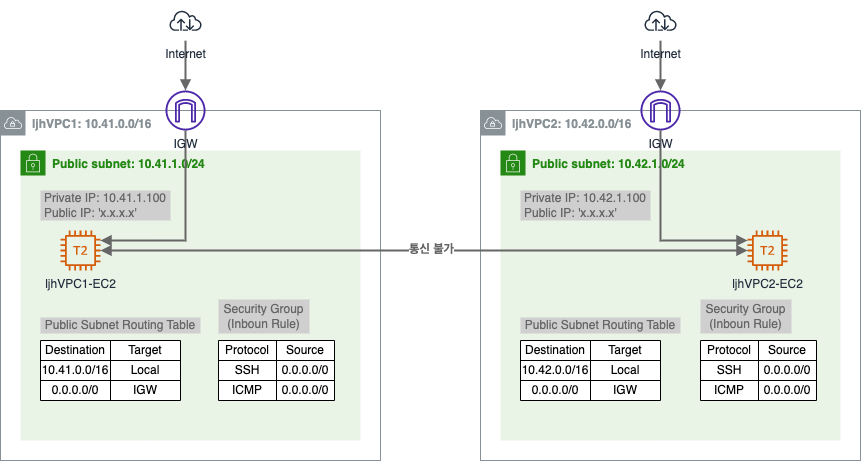
This is assets/img/dev/2022/1204/peering_flow_1.png from assu10/assu10.github.io, a draw.io export, as it was before one commit. Source tidied: cells renumbered, new cells last; positions are measured from the earlier drawing's top-left corner, leaving out a move shared by most shapes. Source of this version:
```xml
<mxGraphModel>
  <root>
    <mxCell id="0" />
    <mxCell id="1" parent="0" />
    <mxCell id="2" value="&lt;b&gt;ljhVPC1: 10.41.0.0/16&lt;/b&gt;" style="sketch=0;gradientColor=none;html=1;whiteSpace=wrap;fontSize=12;fontStyle=0;shape=mxgraph.aws4.group;grIcon=mxgraph.aws4.group_vpc;strokeColor=#879196;fillColor=none;verticalAlign=top;align=left;spacingLeft=30;fontColor=#879196;dashed=0;" parent="1" vertex="1">
      <mxGeometry y="110" width="380" height="350" as="geometry" />
    </mxCell>
    <mxCell id="3" value="&lt;b&gt;Public subnet: 10.41.1.0/24&lt;/b&gt;" style="gradientColor=none;html=1;whiteSpace=wrap;fontSize=12;fontStyle=0;shape=mxgraph.aws4.group;grIcon=mxgraph.aws4.group_security_group;grStroke=0;strokeColor=#248814;fillColor=#E9F3E6;verticalAlign=top;align=left;spacingLeft=30;fontColor=#248814;dashed=0;" parent="1" vertex="1">
      <mxGeometry x="20" y="150" width="340" height="290" as="geometry" />
    </mxCell>
    <mxCell id="4" value="Public Subnet Routing Table" style="text;html=1;strokeColor=none;fillColor=#CFCFCF;align=center;verticalAlign=middle;whiteSpace=wrap;rounded=0;fontColor=#666666;" parent="3" vertex="1">
      <mxGeometry x="20" y="167" width="160" height="16" as="geometry" />
    </mxCell>
    <mxCell id="5" value="Security Group&lt;br&gt;(Inboun Rule)" style="text;html=1;strokeColor=none;fillColor=#CFCFCF;align=center;verticalAlign=middle;whiteSpace=wrap;rounded=0;fontColor=#666666;" parent="3" vertex="1">
      <mxGeometry x="198" y="149" width="91" height="34" as="geometry" />
    </mxCell>
    <mxCell id="6" value="ljhVPC1-EC2" style="sketch=0;outlineConnect=0;fontColor=#232F3E;gradientColor=none;fillColor=#D45B07;strokeColor=none;dashed=0;verticalLabelPosition=bottom;verticalAlign=top;align=center;html=1;fontSize=12;fontStyle=0;shape=mxgraph.aws4.t2_instance;" parent="1" vertex="1">
      <mxGeometry x="60" y="230" width="40" height="40" as="geometry" />
    </mxCell>
    <mxCell id="7" value="Private IP: 10.41.1.100&lt;br&gt;&lt;div style=&quot;text-align: left;&quot;&gt;&lt;span style=&quot;background-color: initial;&quot;&gt;Public IP: 'x.x.x.x'&lt;/span&gt;&lt;/div&gt;" style="text;html=1;strokeColor=none;fillColor=#CFCFCF;align=center;verticalAlign=middle;whiteSpace=wrap;rounded=0;fontColor=#666666;" parent="1" vertex="1">
      <mxGeometry x="40" y="190" width="130" height="30" as="geometry" />
    </mxCell>
    <mxCell id="8" style="edgeStyle=orthogonalEdgeStyle;rounded=0;jettySize=auto;html=1;strokeWidth=2;fontColor=#666666;endArrow=block;endFill=1;fillColor=#f5f5f5;strokeColor=#666666;" parent="1" edge="1" source="9" target="6">
      <mxGeometry relative="1" as="geometry">
        <Array as="points">
          <mxPoint x="185" y="240" />
        </Array>
      </mxGeometry>
    </mxCell>
    <mxCell id="9" value="IGW" style="sketch=0;outlineConnect=0;fontColor=#232F3E;gradientColor=none;fillColor=#4D27AA;strokeColor=none;dashed=0;verticalLabelPosition=bottom;verticalAlign=top;align=center;html=1;fontSize=12;fontStyle=0;shape=mxgraph.aws4.internet_gateway;" parent="1" vertex="1">
      <mxGeometry x="165" y="90" width="40" height="40" as="geometry" />
    </mxCell>
    <mxCell id="10" style="edgeStyle=orthogonalEdgeStyle;rounded=0;jettySize=auto;html=1;fontColor=#666666;endArrow=block;endFill=1;strokeColor=#666666;fillColor=#f5f5f5;strokeWidth=2;" parent="1" edge="1" source="11" target="9">
      <mxGeometry relative="1" as="geometry" />
    </mxCell>
    <mxCell id="11" value="Internet" style="sketch=0;outlineConnect=0;fontColor=#232F3E;gradientColor=none;strokeColor=#232F3E;fillColor=#ffffff;dashed=0;verticalLabelPosition=bottom;verticalAlign=top;align=center;html=1;fontSize=12;fontStyle=0;shape=mxgraph.aws4.resourceIcon;resIcon=mxgraph.aws4.internet;" parent="1" vertex="1">
      <mxGeometry x="165" width="40" height="40" as="geometry" />
    </mxCell>
    <mxCell id="12" value="&lt;b&gt;ljhVPC2: 10.42.0.0/16&lt;/b&gt;" style="sketch=0;gradientColor=none;html=1;whiteSpace=wrap;fontSize=12;fontStyle=0;shape=mxgraph.aws4.group;grIcon=mxgraph.aws4.group_vpc;strokeColor=#879196;fillColor=none;verticalAlign=top;align=left;spacingLeft=30;fontColor=#879196;dashed=0;" parent="1" vertex="1">
      <mxGeometry x="480" y="110" width="380" height="350" as="geometry" />
    </mxCell>
    <mxCell id="13" value="&lt;b&gt;Public subnet: 10.42.1.0/24&lt;/b&gt;" style="gradientColor=none;html=1;whiteSpace=wrap;fontSize=12;fontStyle=0;shape=mxgraph.aws4.group;grIcon=mxgraph.aws4.group_security_group;grStroke=0;strokeColor=#248814;fillColor=#E9F3E6;verticalAlign=top;align=left;spacingLeft=30;fontColor=#248814;dashed=0;" parent="1" vertex="1">
      <mxGeometry x="500" y="150" width="340" height="290" as="geometry" />
    </mxCell>
    <mxCell id="14" value="Public Subnet Routing Table" style="text;html=1;strokeColor=none;fillColor=#CFCFCF;align=center;verticalAlign=middle;whiteSpace=wrap;rounded=0;fontColor=#666666;" parent="13" vertex="1">
      <mxGeometry x="20" y="167" width="160" height="16" as="geometry" />
    </mxCell>
    <mxCell id="15" value="Security Group&lt;br&gt;(Inboun Rule)" style="text;html=1;strokeColor=none;fillColor=#CFCFCF;align=center;verticalAlign=middle;whiteSpace=wrap;rounded=0;fontColor=#666666;" parent="13" vertex="1">
      <mxGeometry x="200" y="149" width="91" height="34" as="geometry" />
    </mxCell>
    <mxCell id="16" value="ljhVPC2-EC2" style="sketch=0;outlineConnect=0;fontColor=#232F3E;gradientColor=none;fillColor=#D45B07;strokeColor=none;dashed=0;verticalLabelPosition=bottom;verticalAlign=top;align=center;html=1;fontSize=12;fontStyle=0;shape=mxgraph.aws4.t2_instance;" parent="1" vertex="1">
      <mxGeometry x="747" y="230" width="40" height="40" as="geometry" />
    </mxCell>
    <mxCell id="17" value="Private IP: 10.42.1.100&lt;br&gt;&lt;div style=&quot;text-align: left;&quot;&gt;&lt;span style=&quot;background-color: initial;&quot;&gt;Public IP: 'x.x.x.x'&lt;/span&gt;&lt;/div&gt;" style="text;html=1;strokeColor=none;fillColor=#CFCFCF;align=center;verticalAlign=middle;whiteSpace=wrap;rounded=0;fontColor=#666666;" parent="1" vertex="1">
      <mxGeometry x="520" y="190" width="130" height="30" as="geometry" />
    </mxCell>
    <mxCell id="18" style="edgeStyle=orthogonalEdgeStyle;rounded=0;jettySize=auto;html=1;strokeWidth=2;fontColor=#666666;endArrow=block;endFill=1;fillColor=#f5f5f5;strokeColor=#666666;" parent="1" edge="1" source="19" target="16">
      <mxGeometry relative="1" as="geometry">
        <Array as="points">
          <mxPoint x="660" y="240" />
        </Array>
      </mxGeometry>
    </mxCell>
    <mxCell id="19" value="IGW" style="sketch=0;outlineConnect=0;fontColor=#232F3E;gradientColor=none;fillColor=#4D27AA;strokeColor=none;dashed=0;verticalLabelPosition=bottom;verticalAlign=top;align=center;html=1;fontSize=12;fontStyle=0;shape=mxgraph.aws4.internet_gateway;" parent="1" vertex="1">
      <mxGeometry x="640" y="90" width="40" height="40" as="geometry" />
    </mxCell>
    <mxCell id="20" style="edgeStyle=orthogonalEdgeStyle;rounded=0;jettySize=auto;html=1;strokeWidth=2;fontColor=#666666;endArrow=block;endFill=1;fillColor=#f5f5f5;strokeColor=#666666;" parent="1" edge="1" source="21" target="19">
      <mxGeometry relative="1" as="geometry" />
    </mxCell>
    <mxCell id="21" value="Internet" style="sketch=0;outlineConnect=0;fontColor=#232F3E;gradientColor=none;strokeColor=#232F3E;fillColor=#ffffff;dashed=0;verticalLabelPosition=bottom;verticalAlign=top;align=center;html=1;fontSize=12;fontStyle=0;shape=mxgraph.aws4.resourceIcon;resIcon=mxgraph.aws4.internet;" parent="1" vertex="1">
      <mxGeometry x="640" width="40" height="40" as="geometry" />
    </mxCell>
    <mxCell id="22" style="edgeStyle=orthogonalEdgeStyle;rounded=0;jettySize=auto;html=1;strokeWidth=2;fontColor=#666666;endArrow=block;endFill=1;fillColor=#f5f5f5;strokeColor=#666666;startArrow=block;startFill=1;" parent="1" edge="1" source="6" target="16">
      <mxGeometry relative="1" as="geometry" />
    </mxCell>
    <mxCell id="23" value="통신 불가" style="edgeLabel;html=1;align=center;verticalAlign=middle;fontColor=#666666;fontSize=12;fontStyle=1;" parent="22" vertex="1">
      <mxGeometry x="0.02" y="3" relative="1" as="geometry">
        <mxPoint y="1" as="offset" />
      </mxGeometry>
    </mxCell>
    <mxCell id="24" style="shape=table;startSize=0;" parent="1" vertex="1">
      <mxGeometry x="40" y="340" width="140" height="60" as="geometry" />
    </mxCell>
    <mxCell id="25" style="shape=tableRow;horizontal=0;startSize=0;swimlaneHead=0;swimlaneBody=0;top=0;left=0;bottom=0;right=0;fillColor=none;" parent="24" vertex="1">
      <mxGeometry width="140" height="20" as="geometry" />
    </mxCell>
    <mxCell id="26" value="Destination" style="shape=partialRectangle;html=1;whiteSpace=wrap;overflow=hidden;fillColor=none;top=0;left=0;bottom=0;right=0;" parent="25" vertex="1">
      <mxGeometry width="70" height="20" as="geometry" />
    </mxCell>
    <mxCell id="27" value="Target" style="shape=partialRectangle;html=1;whiteSpace=wrap;overflow=hidden;fillColor=none;top=0;left=0;bottom=0;right=0;" parent="25" vertex="1">
      <mxGeometry x="70" width="70" height="20" as="geometry" />
    </mxCell>
    <mxCell id="28" style="shape=tableRow;horizontal=0;startSize=0;swimlaneHead=0;swimlaneBody=0;top=0;left=0;bottom=0;right=0;fillColor=none;" parent="24" vertex="1">
      <mxGeometry y="20" width="140" height="20" as="geometry" />
    </mxCell>
    <mxCell id="29" value="10.41.0.0/16" style="shape=partialRectangle;html=1;whiteSpace=wrap;overflow=hidden;fillColor=none;top=0;left=0;bottom=0;right=0;" parent="28" vertex="1">
      <mxGeometry width="70" height="20" as="geometry" />
    </mxCell>
    <mxCell id="30" value="Local" style="shape=partialRectangle;html=1;whiteSpace=wrap;overflow=hidden;fillColor=none;top=0;left=0;bottom=0;right=0;" parent="28" vertex="1">
      <mxGeometry x="70" width="70" height="20" as="geometry" />
    </mxCell>
    <mxCell id="31" style="shape=tableRow;horizontal=0;startSize=0;swimlaneHead=0;swimlaneBody=0;top=0;left=0;bottom=0;right=0;fillColor=none;" parent="24" vertex="1">
      <mxGeometry y="40" width="140" height="20" as="geometry" />
    </mxCell>
    <mxCell id="32" value="0.0.0.0/0" style="shape=partialRectangle;html=1;whiteSpace=wrap;overflow=hidden;fillColor=none;top=0;left=0;bottom=0;right=0;" parent="31" vertex="1">
      <mxGeometry width="70" height="20" as="geometry" />
    </mxCell>
    <mxCell id="33" value="IGW" style="shape=partialRectangle;html=1;whiteSpace=wrap;overflow=hidden;fillColor=none;top=0;left=0;bottom=0;right=0;" parent="31" vertex="1">
      <mxGeometry x="70" width="70" height="20" as="geometry" />
    </mxCell>
    <mxCell id="34" style="shape=table;startSize=0;" parent="1" vertex="1">
      <mxGeometry x="218" y="340" width="116" height="60" as="geometry" />
    </mxCell>
    <mxCell id="35" style="shape=tableRow;horizontal=0;startSize=0;swimlaneHead=0;swimlaneBody=0;top=0;left=0;bottom=0;right=0;fillColor=none;" parent="34" vertex="1">
      <mxGeometry width="116" height="20" as="geometry" />
    </mxCell>
    <mxCell id="36" value="Protocol" style="shape=partialRectangle;html=1;whiteSpace=wrap;overflow=hidden;fillColor=none;top=0;left=0;bottom=0;right=0;" parent="35" vertex="1">
      <mxGeometry width="58" height="20" as="geometry" />
    </mxCell>
    <mxCell id="37" value="Source" style="shape=partialRectangle;html=1;whiteSpace=wrap;overflow=hidden;fillColor=none;top=0;left=0;bottom=0;right=0;" parent="35" vertex="1">
      <mxGeometry x="58" width="58" height="20" as="geometry" />
    </mxCell>
    <mxCell id="38" style="shape=tableRow;horizontal=0;startSize=0;swimlaneHead=0;swimlaneBody=0;top=0;left=0;bottom=0;right=0;fillColor=none;" parent="34" vertex="1">
      <mxGeometry y="20" width="116" height="20" as="geometry" />
    </mxCell>
    <mxCell id="39" value="SSH" style="shape=partialRectangle;html=1;whiteSpace=wrap;overflow=hidden;fillColor=none;top=0;left=0;bottom=0;right=0;" parent="38" vertex="1">
      <mxGeometry width="58" height="20" as="geometry" />
    </mxCell>
    <mxCell id="40" value="0.0.0.0/0" style="shape=partialRectangle;html=1;whiteSpace=wrap;overflow=hidden;fillColor=none;top=0;left=0;bottom=0;right=0;" parent="38" vertex="1">
      <mxGeometry x="58" width="58" height="20" as="geometry" />
    </mxCell>
    <mxCell id="41" style="shape=tableRow;horizontal=0;startSize=0;swimlaneHead=0;swimlaneBody=0;top=0;left=0;bottom=0;right=0;fillColor=none;" parent="34" vertex="1">
      <mxGeometry y="40" width="116" height="20" as="geometry" />
    </mxCell>
    <mxCell id="42" value="ICMP" style="shape=partialRectangle;html=1;whiteSpace=wrap;overflow=hidden;fillColor=none;top=0;left=0;bottom=0;right=0;" parent="41" vertex="1">
      <mxGeometry width="58" height="20" as="geometry" />
    </mxCell>
    <mxCell id="43" value="0.0.0.0/0" style="shape=partialRectangle;html=1;whiteSpace=wrap;overflow=hidden;fillColor=none;top=0;left=0;bottom=0;right=0;" parent="41" vertex="1">
      <mxGeometry x="58" width="58" height="20" as="geometry" />
    </mxCell>
    <mxCell id="44" style="shape=table;startSize=0;" parent="1" vertex="1">
      <mxGeometry x="520" y="340" width="140" height="60" as="geometry" />
    </mxCell>
    <mxCell id="45" style="shape=tableRow;horizontal=0;startSize=0;swimlaneHead=0;swimlaneBody=0;top=0;left=0;bottom=0;right=0;fillColor=none;" parent="44" vertex="1">
      <mxGeometry width="140" height="20" as="geometry" />
    </mxCell>
    <mxCell id="46" value="Destination" style="shape=partialRectangle;html=1;whiteSpace=wrap;overflow=hidden;fillColor=none;top=0;left=0;bottom=0;right=0;" parent="45" vertex="1">
      <mxGeometry width="70" height="20" as="geometry" />
    </mxCell>
    <mxCell id="47" value="Target" style="shape=partialRectangle;html=1;whiteSpace=wrap;overflow=hidden;fillColor=none;top=0;left=0;bottom=0;right=0;" parent="45" vertex="1">
      <mxGeometry x="70" width="70" height="20" as="geometry" />
    </mxCell>
    <mxCell id="48" style="shape=tableRow;horizontal=0;startSize=0;swimlaneHead=0;swimlaneBody=0;top=0;left=0;bottom=0;right=0;fillColor=none;" parent="44" vertex="1">
      <mxGeometry y="20" width="140" height="20" as="geometry" />
    </mxCell>
    <mxCell id="49" value="10.42.0.0/16" style="shape=partialRectangle;html=1;whiteSpace=wrap;overflow=hidden;fillColor=none;top=0;left=0;bottom=0;right=0;" parent="48" vertex="1">
      <mxGeometry width="70" height="20" as="geometry" />
    </mxCell>
    <mxCell id="50" value="Local" style="shape=partialRectangle;html=1;whiteSpace=wrap;overflow=hidden;fillColor=none;top=0;left=0;bottom=0;right=0;" parent="48" vertex="1">
      <mxGeometry x="70" width="70" height="20" as="geometry" />
    </mxCell>
    <mxCell id="51" style="shape=tableRow;horizontal=0;startSize=0;swimlaneHead=0;swimlaneBody=0;top=0;left=0;bottom=0;right=0;fillColor=none;" parent="44" vertex="1">
      <mxGeometry y="40" width="140" height="20" as="geometry" />
    </mxCell>
    <mxCell id="52" value="0.0.0.0/0" style="shape=partialRectangle;html=1;whiteSpace=wrap;overflow=hidden;fillColor=none;top=0;left=0;bottom=0;right=0;" parent="51" vertex="1">
      <mxGeometry width="70" height="20" as="geometry" />
    </mxCell>
    <mxCell id="53" value="IGW" style="shape=partialRectangle;html=1;whiteSpace=wrap;overflow=hidden;fillColor=none;top=0;left=0;bottom=0;right=0;" parent="51" vertex="1">
      <mxGeometry x="70" width="70" height="20" as="geometry" />
    </mxCell>
    <mxCell id="54" style="shape=table;startSize=0;" parent="1" vertex="1">
      <mxGeometry x="700" y="340" width="116" height="60" as="geometry" />
    </mxCell>
    <mxCell id="55" style="shape=tableRow;horizontal=0;startSize=0;swimlaneHead=0;swimlaneBody=0;top=0;left=0;bottom=0;right=0;fillColor=none;" parent="54" vertex="1">
      <mxGeometry width="116" height="20" as="geometry" />
    </mxCell>
    <mxCell id="56" value="Protocol" style="shape=partialRectangle;html=1;whiteSpace=wrap;overflow=hidden;fillColor=none;top=0;left=0;bottom=0;right=0;" parent="55" vertex="1">
      <mxGeometry width="58" height="20" as="geometry" />
    </mxCell>
    <mxCell id="57" value="Source" style="shape=partialRectangle;html=1;whiteSpace=wrap;overflow=hidden;fillColor=none;top=0;left=0;bottom=0;right=0;" parent="55" vertex="1">
      <mxGeometry x="58" width="58" height="20" as="geometry" />
    </mxCell>
    <mxCell id="58" style="shape=tableRow;horizontal=0;startSize=0;swimlaneHead=0;swimlaneBody=0;top=0;left=0;bottom=0;right=0;fillColor=none;" parent="54" vertex="1">
      <mxGeometry y="20" width="116" height="20" as="geometry" />
    </mxCell>
    <mxCell id="59" value="SSH" style="shape=partialRectangle;html=1;whiteSpace=wrap;overflow=hidden;fillColor=none;top=0;left=0;bottom=0;right=0;" parent="58" vertex="1">
      <mxGeometry width="58" height="20" as="geometry" />
    </mxCell>
    <mxCell id="60" value="0.0.0.0/0" style="shape=partialRectangle;html=1;whiteSpace=wrap;overflow=hidden;fillColor=none;top=0;left=0;bottom=0;right=0;" parent="58" vertex="1">
      <mxGeometry x="58" width="58" height="20" as="geometry" />
    </mxCell>
    <mxCell id="61" style="shape=tableRow;horizontal=0;startSize=0;swimlaneHead=0;swimlaneBody=0;top=0;left=0;bottom=0;right=0;fillColor=none;" parent="54" vertex="1">
      <mxGeometry y="40" width="116" height="20" as="geometry" />
    </mxCell>
    <mxCell id="62" value="ICMP" style="shape=partialRectangle;html=1;whiteSpace=wrap;overflow=hidden;fillColor=none;top=0;left=0;bottom=0;right=0;" parent="61" vertex="1">
      <mxGeometry width="58" height="20" as="geometry" />
    </mxCell>
    <mxCell id="63" value="0.0.0.0/0" style="shape=partialRectangle;html=1;whiteSpace=wrap;overflow=hidden;fillColor=none;top=0;left=0;bottom=0;right=0;" parent="61" vertex="1">
      <mxGeometry x="58" width="58" height="20" as="geometry" />
    </mxCell>
  </root>
</mxGraphModel>
```
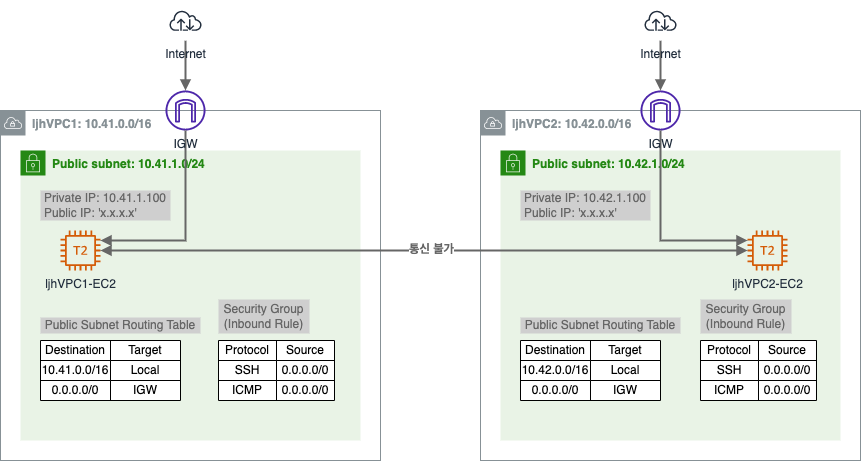
Later version of the same file.

What changed in the source:
```diff
@@ -11,7 +11,7 @@
     <mxCell id="4" value="Public Subnet Routing Table" style="text;html=1;strokeColor=none;fillColor=#CFCFCF;align=center;verticalAlign=middle;whiteSpace=wrap;rounded=0;fontColor=#666666;" parent="3" vertex="1">
       <mxGeometry x="20" y="167" width="160" height="16" as="geometry" />
     </mxCell>
-    <mxCell id="5" value="Security Group&lt;br&gt;(Inboun Rule)" style="text;html=1;strokeColor=none;fillColor=#CFCFCF;align=center;verticalAlign=middle;whiteSpace=wrap;rounded=0;fontColor=#666666;" parent="3" vertex="1">
+    <mxCell id="5" value="Security Group&lt;br&gt;(Inbound Rule)" style="text;html=1;strokeColor=none;fillColor=#CFCFCF;align=center;verticalAlign=middle;whiteSpace=wrap;rounded=0;fontColor=#666666;" parent="3" vertex="1">
       <mxGeometry x="198" y="149" width="91" height="34" as="geometry" />
     </mxCell>
     <mxCell id="6" value="ljhVPC1-EC2" style="sketch=0;outlineConnect=0;fontColor=#232F3E;gradientColor=none;fillColor=#D45B07;strokeColor=none;dashed=0;verticalLabelPosition=bottom;verticalAlign=top;align=center;html=1;fontSize=12;fontStyle=0;shape=mxgraph.aws4.t2_instance;" parent="1" vertex="1">
@@ -45,7 +45,7 @@
     <mxCell id="14" value="Public Subnet Routing Table" style="text;html=1;strokeColor=none;fillColor=#CFCFCF;align=center;verticalAlign=middle;whiteSpace=wrap;rounded=0;fontColor=#666666;" parent="13" vertex="1">
       <mxGeometry x="20" y="167" width="160" height="16" as="geometry" />
     </mxCell>
-    <mxCell id="15" value="Security Group&lt;br&gt;(Inboun Rule)" style="text;html=1;strokeColor=none;fillColor=#CFCFCF;align=center;verticalAlign=middle;whiteSpace=wrap;rounded=0;fontColor=#666666;" parent="13" vertex="1">
+    <mxCell id="15" value="Security Group&lt;br&gt;(Inbound Rule)" style="text;html=1;strokeColor=none;fillColor=#CFCFCF;align=center;verticalAlign=middle;whiteSpace=wrap;rounded=0;fontColor=#666666;" parent="13" vertex="1">
       <mxGeometry x="200" y="149" width="91" height="34" as="geometry" />
     </mxCell>
     <mxCell id="16" value="ljhVPC2-EC2" style="sketch=0;outlineConnect=0;fontColor=#232F3E;gradientColor=none;fillColor=#D45B07;strokeColor=none;dashed=0;verticalLabelPosition=bottom;verticalAlign=top;align=center;html=1;fontSize=12;fontStyle=0;shape=mxgraph.aws4.t2_instance;" parent="1" vertex="1">
```
